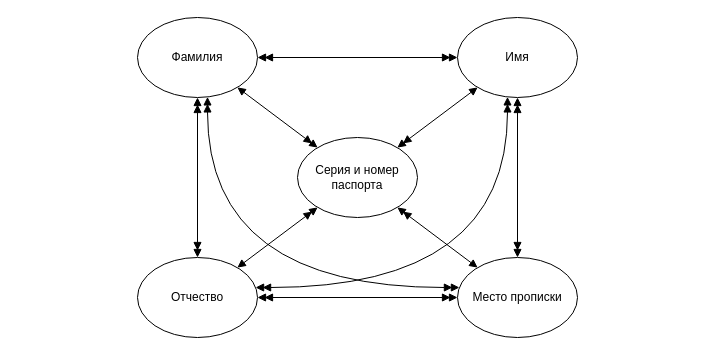
This is coursework/graphics/client-attributes.drawio from markov-avl/DatabaseDevelopmentTechnology, a draw.io file, before an edit. Source tidied: cells renumbered, new cells numbered last; positions are measured from the earlier drawing's top-left corner, leaving out a move shared by most shapes. Both pictures are drawn from the tidied source at 100%, with x=0, y=0 at pixel (137, 17).
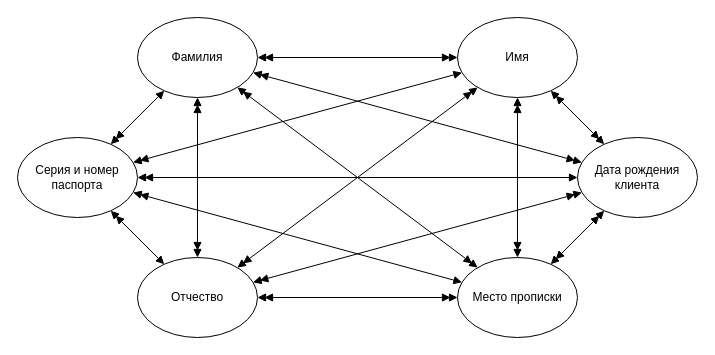
The same page after the edit.

Unchanged cells that the change refers to:
```xml
<mxCell id="3" value="Фамилия" style="ellipse;whiteSpace=wrap;html=1;" parent="1" vertex="1">
  <mxGeometry width="120" height="80" as="geometry" />
</mxCell>
<mxCell id="4" value="Имя" style="ellipse;whiteSpace=wrap;html=1;" parent="1" vertex="1">
  <mxGeometry x="320" width="120" height="80" as="geometry" />
</mxCell>
<mxCell id="5" value="Отчество" style="ellipse;whiteSpace=wrap;html=1;" parent="1" vertex="1">
  <mxGeometry y="240" width="120" height="80" as="geometry" />
</mxCell>
<mxCell id="6" value="Место прописки" style="ellipse;whiteSpace=wrap;html=1;" parent="1" vertex="1">
  <mxGeometry x="320" y="240" width="120" height="80" as="geometry" />
</mxCell>
```

The edit, as a diff of the source:
```diff
@@
     <mxCell id="2" value="Серия и номер паспорта" style="ellipse;whiteSpace=wrap;html=1;" parent="1" vertex="1">
-      <mxGeometry x="160" y="120" width="120" height="80" as="geometry" />
+      <mxGeometry x="-120" y="120" width="120" height="80" as="geometry" />
     </mxCell>
@@
-    <mxCell id="15" style="endArrow=doubleBlock;html=1;rounded=0;endFill=1;startArrow=doubleBlock;startFill=1;edgeStyle=orthogonalEdgeStyle;curved=1;" parent="1" edge="1" source="5" target="4">
-      <mxGeometry relative="1" as="geometry">
-        <Array as="points">
-          <mxPoint x="370" y="270" />
-        </Array>
-      </mxGeometry>
+    <mxCell id="15" style="endArrow=doubleBlock;html=1;rounded=0;endFill=1;startArrow=doubleBlock;startFill=1;" parent="1" edge="1" source="5" target="4">
+      <mxGeometry relative="1" as="geometry" />
     </mxCell>
-    <mxCell id="16" style="endArrow=doubleBlock;html=1;rounded=0;endFill=1;startArrow=doubleBlock;startFill=1;edgeStyle=orthogonalEdgeStyle;curved=1;" parent="1" edge="1" source="6" target="3">
-      <mxGeometry relative="1" as="geometry">
-        <Array as="points">
-          <mxPoint x="70" y="270" />
-        </Array>
-      </mxGeometry>
+    <mxCell id="16" style="endArrow=doubleBlock;html=1;rounded=0;endFill=1;startArrow=doubleBlock;startFill=1;" parent="1" edge="1" source="6" target="3">
+      <mxGeometry relative="1" as="geometry" />
     </mxCell>
+    <mxCell id="17" value="Дата рождения клиента" style="ellipse;whiteSpace=wrap;html=1;" parent="1" vertex="1">
+      <mxGeometry x="440" y="120" width="120" height="80" as="geometry" />
+    </mxCell>
+    <mxCell id="18" style="endArrow=doubleBlock;html=1;rounded=0;endFill=1;startArrow=doubleBlock;startFill=1;" parent="1" edge="1" source="17" target="4">
+      <mxGeometry relative="1" as="geometry" />
+    </mxCell>
+    <mxCell id="19" style="endArrow=block;html=1;rounded=0;endFill=1;startArrow=doubleBlock;startFill=1;" parent="1" edge="1" source="2" target="17">
+      <mxGeometry relative="1" as="geometry" />
+    </mxCell>
+    <mxCell id="20" style="endArrow=doubleBlock;html=1;rounded=0;endFill=1;startArrow=doubleBlock;startFill=1;" parent="1" edge="1" source="17" target="6">
+      <mxGeometry relative="1" as="geometry" />
+    </mxCell>
+    <mxCell id="21" style="endArrow=doubleBlock;html=1;rounded=0;endFill=1;startArrow=doubleBlock;startFill=1;" parent="1" edge="1" source="17" target="3">
+      <mxGeometry relative="1" as="geometry" />
+    </mxCell>
+    <mxCell id="22" style="endArrow=doubleBlock;html=1;rounded=0;endFill=1;startArrow=doubleBlock;startFill=1;" parent="1" edge="1" source="17" target="5">
+      <mxGeometry relative="1" as="geometry" />
+    </mxCell>
```
